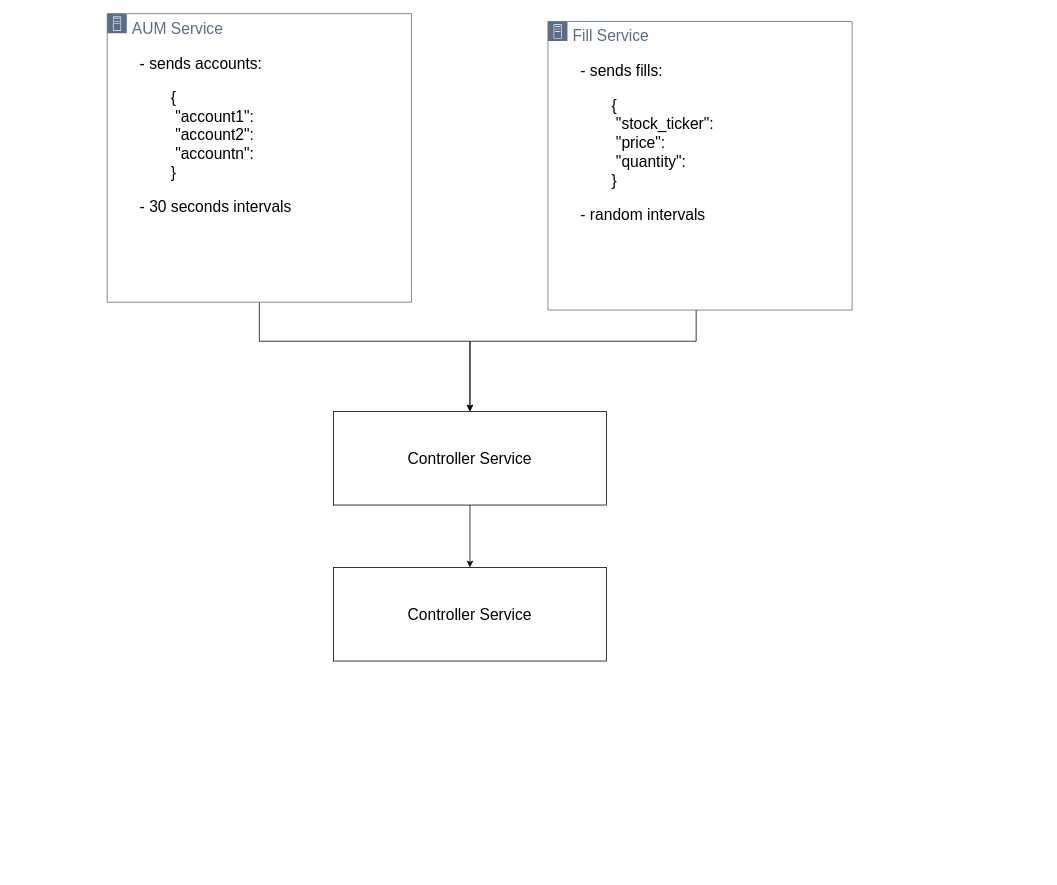
The draw.io diagram Untitled Diagram.drawio in hbd-fastapi/fill_allocation_system, before the edit. Source tidied: cells renumbered, new cells numbered last; positions are measured from the earlier drawing's top-left corner, leaving out a move shared by most shapes. Both pictures are drawn from the tidied source at 78%, with x=0, y=0 at pixel (107, 13).
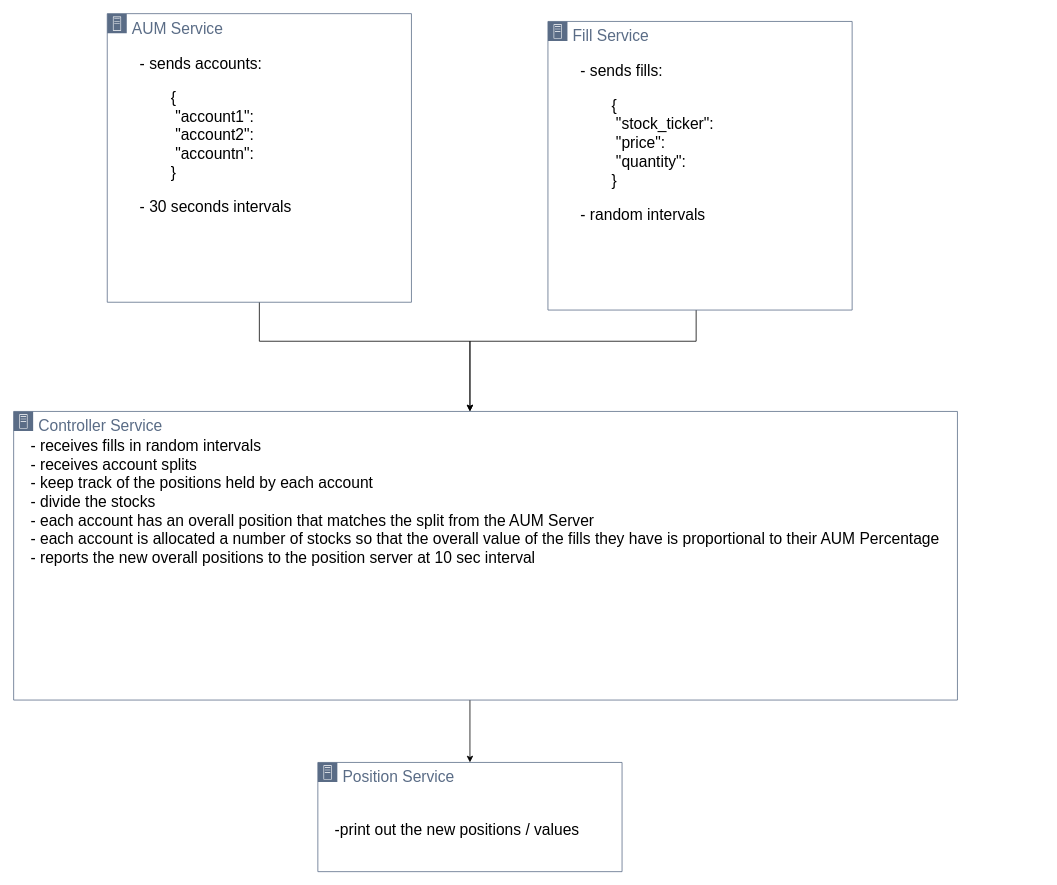
Above is the later version.

Unchanged cells that the change refers to:
```xml
<mxCell id="11" value="&lt;font style=&quot;font-size: 20px&quot;&gt;AUM Service&lt;/font&gt;" style="points=[[0,0],[0.25,0],[0.5,0],[0.75,0],[1,0],[1,0.25],[1,0.5],[1,0.75],[1,1],[0.75,1],[0.5,1],[0.25,1],[0,1],[0,0.75],[0,0.5],[0,0.25]];outlineConnect=0;gradientColor=none;html=1;whiteSpace=wrap;fontSize=12;fontStyle=0;shape=mxgraph.aws4.group;grIcon=mxgraph.aws4.group_on_premise;strokeColor=#5A6C86;fillColor=none;verticalAlign=top;align=left;spacingLeft=30;fontColor=#5A6C86;dashed=0;" parent="10" vertex="1">
  <mxGeometry x="-20" y="-30" width="390" height="370" as="geometry" />
</mxCell>
```

Change to the diagram source:
```diff
@@
-    <mxCell id="2" value="&lt;div style=&quot;font-size: 20px&quot;&gt;&lt;font style=&quot;font-size: 20px&quot;&gt;Controller Service&lt;/font&gt;&lt;/div&gt;" style="rounded=0;whiteSpace=wrap;html=1;" parent="1" vertex="1">
-      <mxGeometry x="290" y="510" width="350" height="120" as="geometry" />
-    </mxCell>
-    <mxCell id="3" style="endArrow=none;startArrow=classic;html=1;rounded=0;fontSize=20;exitX=0.5;exitY=0;exitDx=0;exitDy=0;endFill=0;" parent="1" edge="1" source="2">
+    <mxCell id="3" style="endArrow=none;startArrow=classic;html=1;rounded=0;fontSize=20;exitX=0.5;exitY=0;exitDx=0;exitDy=0;endFill=0;" parent="1" edge="1">
       <mxGeometry relative="1" as="geometry">
+        <mxPoint x="465" y="510" as="sourcePoint" />
         <mxPoint x="755" y="380" as="targetPoint" />
         <Array as="points">
           <mxPoint x="465" y="420" />
           <mxPoint x="755" y="420" />
         </Array>
       </mxGeometry>
     </mxCell>
-    <mxCell id="4" style="endArrow=none;startArrow=classic;html=1;rounded=0;fontSize=20;exitX=0.5;exitY=0;exitDx=0;exitDy=0;endFill=0;entryX=0.5;entryY=1;entryDx=0;entryDy=0;" parent="1" edge="1" source="2" target="11">
+    <mxCell id="4" style="endArrow=none;startArrow=classic;html=1;rounded=0;fontSize=20;exitX=0.5;exitY=0;exitDx=0;exitDy=0;endFill=0;entryX=0.5;entryY=1;entryDx=0;entryDy=0;" parent="1" edge="1" target="11">
       <mxGeometry relative="1" as="geometry">
+        <mxPoint x="465" y="510" as="sourcePoint" />
         <Array as="points">
           <mxPoint x="465" y="420" />
           <mxPoint x="195" y="420" />
         </Array>
       </mxGeometry>
     </mxCell>
-    <mxCell id="5" value="&lt;div style=&quot;font-size: 20px&quot;&gt;&lt;font style=&quot;font-size: 20px&quot;&gt;Controller Service&lt;/font&gt;&lt;/div&gt;" style="rounded=0;whiteSpace=wrap;html=1;" parent="1" vertex="1">
-      <mxGeometry x="290" y="710" width="350" height="120" as="geometry" />
-    </mxCell>
-    <mxCell id="6" style="endArrow=classic;html=1;rounded=0;fontSize=20;entryX=0.5;entryY=0;entryDx=0;entryDy=0;exitX=0.5;exitY=1;exitDx=0;exitDy=0;" parent="1" edge="1" source="2" target="5">
-      <mxGeometry relative="1" as="geometry" />
+    <mxCell id="6" style="endArrow=classic;html=1;rounded=0;fontSize=20;entryX=0.5;entryY=0;entryDx=0;entryDy=0;exitX=0.5;exitY=1;exitDx=0;exitDy=0;" parent="1" edge="1">
+      <mxGeometry relative="1" as="geometry">
+        <mxPoint x="465" y="880" as="sourcePoint" />
+        <mxPoint x="465" y="960" as="targetPoint" />
+      </mxGeometry>
     </mxCell>
@@
+    <mxCell id="13" style="group;" parent="1" vertex="1">
+      <mxGeometry x="-100" y="540" width="1300" height="340" as="geometry" />
+    </mxCell>
+    <mxCell id="14" value="&lt;font style=&quot;font-size: 20px&quot;&gt;Controller Service&lt;/font&gt;" style="gradientColor=none;html=1;whiteSpace=wrap;fontSize=12;fontStyle=0;shape=mxgraph.aws4.group;grIcon=mxgraph.aws4.group_on_premise;strokeColor=#5A6C86;fillColor=none;verticalAlign=top;align=left;spacingLeft=30;fontColor=#5A6C86;dashed=0;" parent="13" vertex="1">
+      <mxGeometry x="-20" y="-30" width="1210" height="370" as="geometry" />
+    </mxCell>
+    <mxCell id="15" value="&lt;div&gt;- receives fills in random intervals&lt;/div&gt;&lt;div&gt;- receives account splits&lt;/div&gt;&lt;div&gt;- keep track of the positions held by each account&lt;br&gt;&lt;/div&gt;&lt;div&gt;- divide the stocks&lt;/div&gt;&lt;div&gt;- each account has an overall position that matches the split from the AUM Server&lt;/div&gt;&lt;div&gt;- each account is allocated a number of stocks so that the overall value of the fills they have is proportional to their AUM Percentage&lt;br&gt;&lt;/div&gt;&lt;div&gt;- reports the new overall positions to the position server at 10 sec interval&lt;br&gt;&lt;/div&gt;" style="text;html=1;strokeColor=none;fillColor=none;align=left;verticalAlign=middle;whiteSpace=wrap;rounded=0;fontSize=20;" parent="13" vertex="1">
+      <mxGeometry y="40" width="1300" height="90" as="geometry" />
+    </mxCell>
+    <mxCell id="16" value="&lt;font style=&quot;font-size: 20px&quot;&gt;Position Service&lt;/font&gt;" style="gradientColor=none;html=1;whiteSpace=wrap;fontSize=12;fontStyle=0;shape=mxgraph.aws4.group;grIcon=mxgraph.aws4.group_on_premise;strokeColor=#5A6C86;fillColor=none;verticalAlign=top;align=left;spacingLeft=30;fontColor=#5A6C86;dashed=0;" parent="1" vertex="1">
+      <mxGeometry x="270" y="960" width="390" height="140" as="geometry" />
+    </mxCell>
+    <mxCell id="17" value="-print out the new positions / values" style="text;html=1;strokeColor=none;fillColor=none;align=left;verticalAlign=middle;whiteSpace=wrap;rounded=0;fontSize=20;" parent="1" vertex="1">
+      <mxGeometry x="290" y="1000" width="340" height="90" as="geometry" />
+    </mxCell>
```
